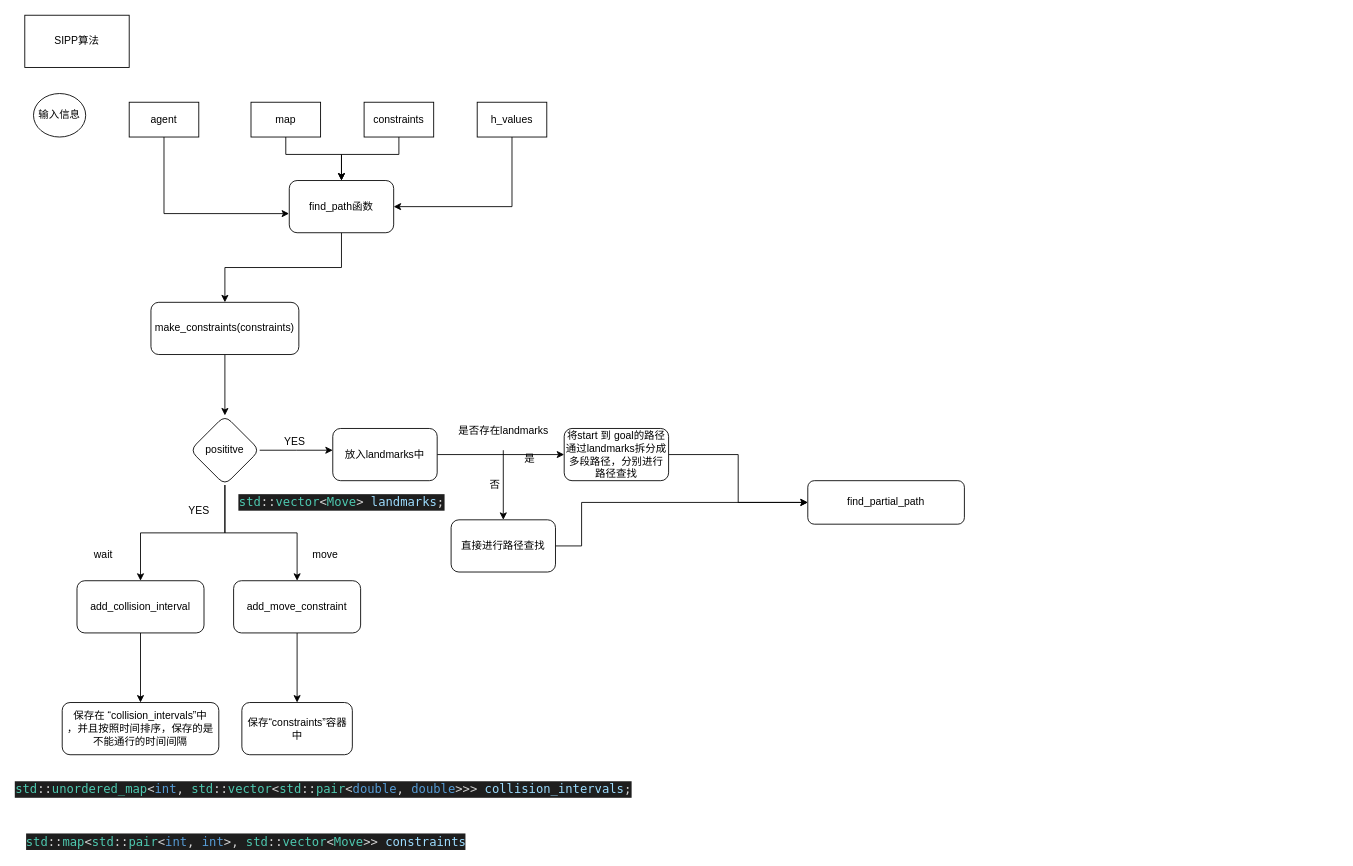
Above: SIPP.drawio in Peter1qaz2wsx/flow_chart- (draw.io), before the change. Source tidied: cells renumbered, new cells numbered last; positions are measured from the earlier drawing's top-left corner, leaving out a move shared by most shapes. Both pictures are drawn from the tidied source at 87%, with x=0, y=0 at pixel (24, 15).
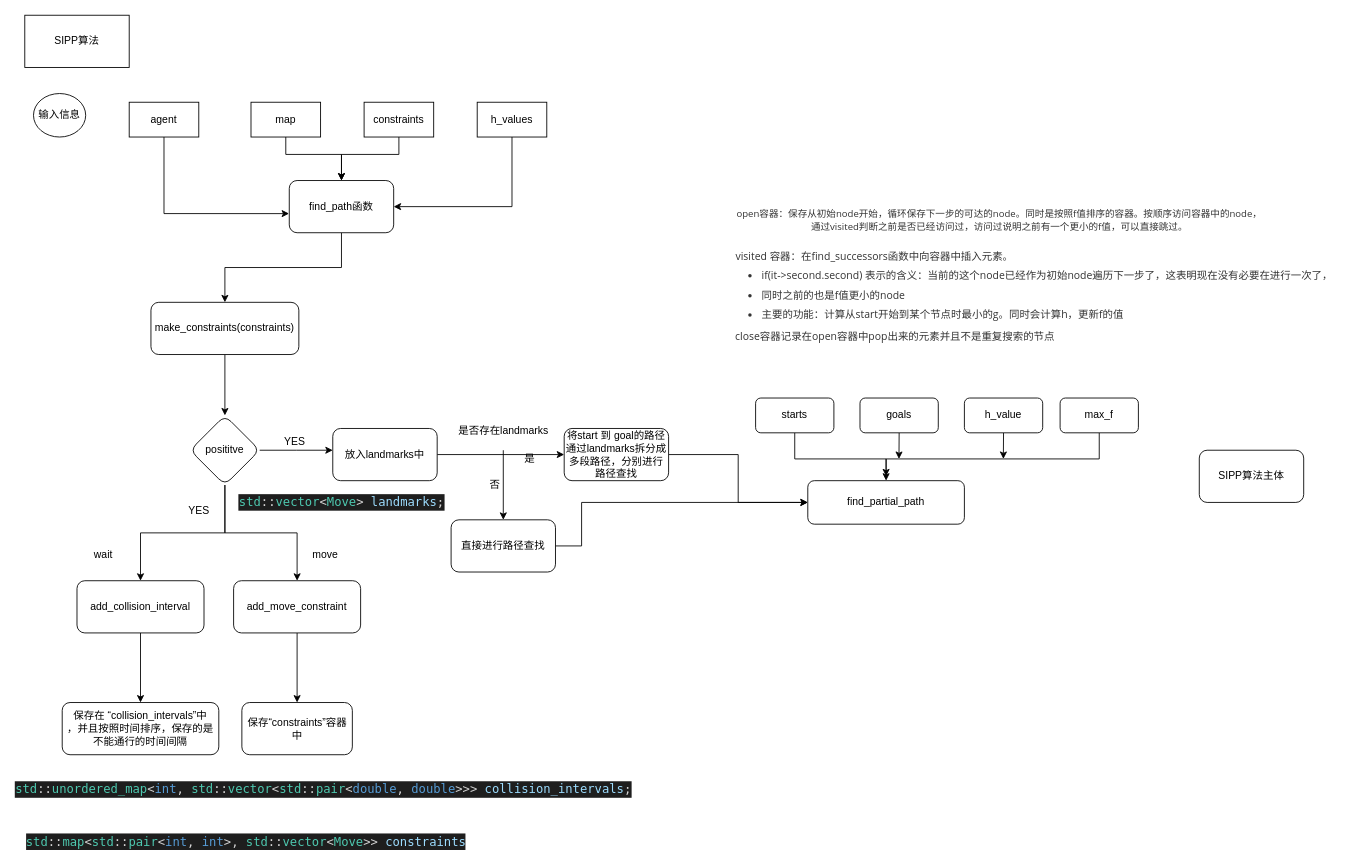
The same diagram, later.

The change refers to these unchanged cells:
```xml
<mxCell id="43" value="find_partial_path" style="rounded=1;whiteSpace=wrap;html=1;strokeWidth=1;" parent="1" vertex="1">
  <mxGeometry x="900" y="535" width="180" height="50" as="geometry" />
</mxCell>
```

Diff of the diagram source:
```diff
@@
+    <mxCell id="44" style="edgeStyle=orthogonalEdgeStyle;rounded=0;jettySize=auto;html=1;" parent="1" edge="1" source="45" target="43">
+      <mxGeometry relative="1" as="geometry">
+        <Array as="points">
+          <mxPoint x="885" y="510" />
+          <mxPoint x="990" y="510" />
+        </Array>
+      </mxGeometry>
+    </mxCell>
+    <mxCell id="45" value="starts" style="rounded=1;whiteSpace=wrap;html=1;strokeWidth=1;" parent="1" vertex="1">
+      <mxGeometry x="840" y="440" width="90" height="40" as="geometry" />
+    </mxCell>
+    <mxCell id="46" style="edgeStyle=orthogonalEdgeStyle;rounded=0;jettySize=auto;html=1;exitX=0.5;exitY=1;exitDx=0;exitDy=0;" parent="1" edge="1" source="47">
+      <mxGeometry relative="1" as="geometry">
+        <mxPoint x="1004.8" y="510" as="targetPoint" />
+      </mxGeometry>
+    </mxCell>
+    <mxCell id="47" value="goals" style="rounded=1;whiteSpace=wrap;html=1;strokeWidth=1;" parent="1" vertex="1">
+      <mxGeometry x="960" y="440" width="90" height="40" as="geometry" />
+    </mxCell>
+    <mxCell id="48" style="edgeStyle=orthogonalEdgeStyle;rounded=0;jettySize=auto;html=1;exitX=0.5;exitY=1;exitDx=0;exitDy=0;" parent="1" edge="1" source="49">
+      <mxGeometry relative="1" as="geometry">
+        <mxPoint x="1124.8" y="510" as="targetPoint" />
+      </mxGeometry>
+    </mxCell>
+    <mxCell id="49" value="h_value" style="rounded=1;whiteSpace=wrap;html=1;strokeWidth=1;" parent="1" vertex="1">
+      <mxGeometry x="1080" y="440" width="90" height="40" as="geometry" />
+    </mxCell>
+    <mxCell id="50" style="edgeStyle=orthogonalEdgeStyle;rounded=0;jettySize=auto;html=1;exitX=0.5;exitY=1;exitDx=0;exitDy=0;" parent="1" edge="1" source="51">
+      <mxGeometry relative="1" as="geometry">
+        <mxPoint x="990" y="530" as="targetPoint" />
+        <Array as="points">
+          <mxPoint x="1235" y="510" />
+          <mxPoint x="990" y="510" />
+        </Array>
+      </mxGeometry>
+    </mxCell>
+    <mxCell id="51" value="max_f" style="rounded=1;whiteSpace=wrap;html=1;strokeWidth=1;" parent="1" vertex="1">
+      <mxGeometry x="1190" y="440" width="90" height="40" as="geometry" />
+    </mxCell>
+    <mxCell id="52" value="&lt;div&gt;SIPP算法主体&lt;/div&gt;" style="rounded=1;whiteSpace=wrap;html=1;strokeWidth=1;" parent="1" vertex="1">
+      <mxGeometry x="1350" y="500" width="120" height="60" as="geometry" />
+    </mxCell>
+    <mxCell id="53" value="&lt;div style=&quot;font-size: 11px&quot;&gt;&lt;font style=&quot;font-size: 11px&quot;&gt;&lt;span style=&quot;color: rgb(51 , 51 , 51) ; font-family: &amp;#34;open sans&amp;#34; , &amp;#34;clear sans&amp;#34; , &amp;#34;helvetica neue&amp;#34; , &amp;#34;helvetica&amp;#34; , &amp;#34;arial&amp;#34; , sans-serif ; font-style: normal ; font-weight: 400 ; letter-spacing: normal ; text-align: left ; text-indent: 0px ; text-transform: none ; word-spacing: 0px ; background-color: rgb(255 , 255 , 255) ; display: inline ; float: none&quot;&gt;open容器：保存从初始node开始，循环保存下一步的可达的node。同时是按照f值排序的容器。按顺序访问容器中的node，&lt;/span&gt;&lt;/font&gt;&lt;/div&gt;&lt;div style=&quot;font-size: 11px&quot;&gt;&lt;font style=&quot;font-size: 11px&quot;&gt;&lt;span style=&quot;color: rgb(51 , 51 , 51) ; font-family: &amp;#34;open sans&amp;#34; , &amp;#34;clear sans&amp;#34; , &amp;#34;helvetica neue&amp;#34; , &amp;#34;helvetica&amp;#34; , &amp;#34;arial&amp;#34; , sans-serif ; font-style: normal ; font-weight: 400 ; letter-spacing: normal ; text-align: left ; text-indent: 0px ; text-transform: none ; word-spacing: 0px ; background-color: rgb(255 , 255 , 255) ; display: inline ; float: none&quot;&gt;通过visited判断之前是否已经访问过，访问过说明之前有一个更小的f值，可以直接跳过。&lt;/span&gt;&lt;/font&gt;&lt;/div&gt;" style="text;html=1;align=center;verticalAlign=middle;strokeColor=none;" parent="1" vertex="1">
+      <mxGeometry x="810" y="220" width="620" height="30" as="geometry" />
+    </mxCell>
+    <mxCell id="54" value="&lt;p class=&quot;md-end-block md-p md-focus&quot; style=&quot;box-sizing: border-box ; line-height: inherit ; margin: 0px 0px 0.5rem ; position: relative ; color: rgb(51 , 51 , 51) ; font-family: &amp;#34;open sans&amp;#34; , &amp;#34;clear sans&amp;#34; , &amp;#34;helvetica neue&amp;#34; , &amp;#34;helvetica&amp;#34; , &amp;#34;arial&amp;#34; , sans-serif ; font-style: normal ; font-weight: 400 ; letter-spacing: normal ; text-align: left ; text-indent: 0px ; text-transform: none ; word-spacing: 0px ; background-color: rgb(255 , 255 , 255)&quot;&gt;&lt;font style=&quot;font-size: 12px&quot;&gt;&lt;span class=&quot;md-plain md-expand&quot; style=&quot;box-sizing: border-box&quot;&gt;visited 容器：在find_successors函数中向容器中插入元素。&lt;/span&gt;&lt;/font&gt;&lt;/p&gt;&lt;ul class=&quot;ul-list&quot; style=&quot;box-sizing: border-box ; margin: 0px ; padding-left: 30px ; position: relative ; color: rgb(51 , 51 , 51) ; font-family: &amp;#34;open sans&amp;#34; , &amp;#34;clear sans&amp;#34; , &amp;#34;helvetica neue&amp;#34; , &amp;#34;helvetica&amp;#34; , &amp;#34;arial&amp;#34; , sans-serif ; font-style: normal ; font-weight: 400 ; letter-spacing: normal ; text-align: left ; text-indent: 0px ; text-transform: none ; word-spacing: 0px ; background-color: rgb(255 , 255 , 255)&quot;&gt;&lt;li class=&quot;md-list-item&quot; style=&quot;box-sizing: border-box ; margin: 0px ; position: relative ; display: list-item&quot;&gt;&lt;p class=&quot;md-end-block md-p&quot; style=&quot;box-sizing: border-box ; line-height: inherit ; margin: 0px 0px 0.5rem ; position: relative&quot;&gt;&lt;font style=&quot;font-size: 12px&quot;&gt;&lt;span class=&quot;md-plain&quot; style=&quot;box-sizing: border-box&quot;&gt;if(it-&amp;gt;second.second) 表示的含义：当前的这个node已经作为初始node遍历下一步了，这表明现在没有必要在进行一次了，&lt;/span&gt;&lt;/font&gt;&lt;/p&gt;&lt;/li&gt;&lt;li class=&quot;md-list-item&quot; style=&quot;box-sizing: border-box ; margin: 0px ; position: relative ; display: list-item&quot;&gt;&lt;p class=&quot;md-end-block md-p&quot; style=&quot;box-sizing: border-box ; line-height: inherit ; margin: 0px 0px 0.5rem ; position: relative&quot;&gt;&lt;font style=&quot;font-size: 12px&quot;&gt;&lt;span class=&quot;md-plain&quot; style=&quot;box-sizing: border-box&quot;&gt;同时之前的也是f值更小的node&lt;/span&gt;&lt;/font&gt;&lt;/p&gt;&lt;/li&gt;&lt;li class=&quot;md-list-item md-focus-container&quot; style=&quot;box-sizing: border-box ; margin: 0px ; position: relative ; display: list-item&quot;&gt;&lt;p class=&quot;md-end-block md-p md-focus&quot; style=&quot;box-sizing: border-box ; line-height: inherit ; margin: 0px 0px 0.5rem ; position: relative&quot;&gt;&lt;font style=&quot;font-size: 12px&quot;&gt;&lt;span class=&quot;md-plain md-expand&quot; style=&quot;box-sizing: border-box&quot;&gt;主要的功能：计算从start开始到某个节点时最小的g。同时会计算h，更新f的值&lt;/span&gt;&lt;/font&gt;&lt;/p&gt;&lt;/li&gt;&lt;/ul&gt;" style="text;html=1;align=center;verticalAlign=middle;strokeColor=none;" parent="1" vertex="1">
+      <mxGeometry x="810" y="270" width="700" height="90" as="geometry" />
+    </mxCell>
+    <mxCell id="55" value="&lt;font style=&quot;font-size: 12px&quot;&gt;&lt;span style=&quot;color: rgb(51 , 51 , 51) ; font-family: &amp;#34;open sans&amp;#34; , &amp;#34;clear sans&amp;#34; , &amp;#34;helvetica neue&amp;#34; , &amp;#34;helvetica&amp;#34; , &amp;#34;arial&amp;#34; , sans-serif ; font-style: normal ; font-weight: 400 ; letter-spacing: normal ; text-align: left ; text-indent: 0px ; text-transform: none ; word-spacing: 0px ; background-color: rgb(255 , 255 , 255) ; display: inline ; float: none&quot;&gt;close容器记录在open容器中pop出来的元素并且不是重复搜索的节点&lt;/span&gt;&lt;/font&gt;" style="text;html=1;align=center;verticalAlign=middle;strokeColor=none;" parent="1" vertex="1">
+      <mxGeometry x="810" y="360" width="380" height="20" as="geometry" />
+    </mxCell>
```
